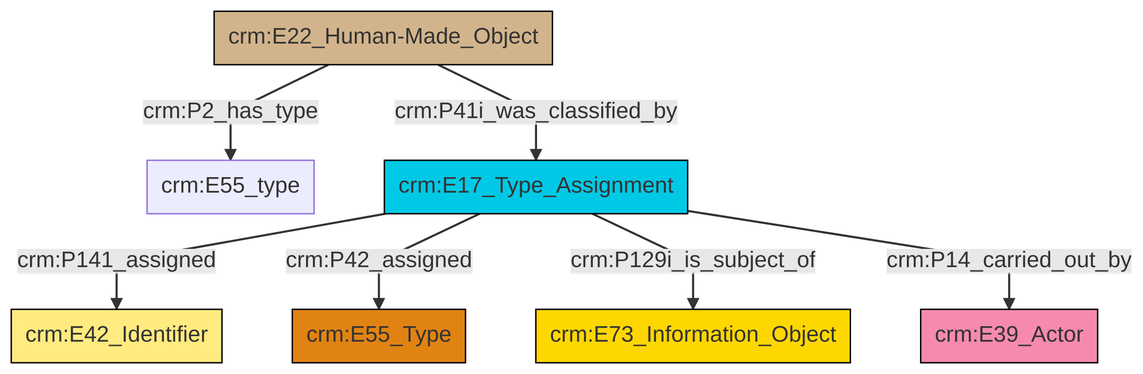
Before: et/builtWorkCSV/ttl/mmd/png/Built_Work_designation_status.png, a diagram exported from Mermaid (swiss-art-research-net/reference-data-models). Its source is kept beside it as et/builtWorkCSV/ttl/mmd/Built_Work_designation_status.ttl.mmd.
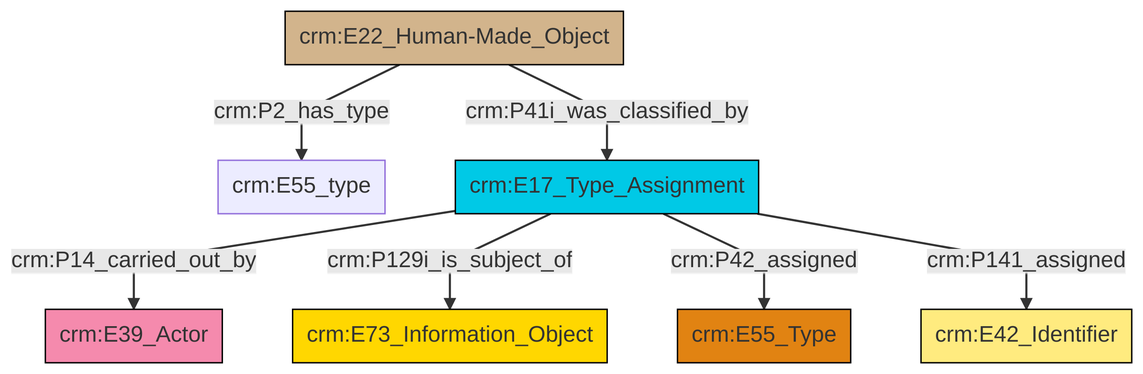
The same file after the commit.

Diff of the diagram source:
```diff
@@ -13,9 +13,9 @@
 classDef PC_Classes fill:#4ce600, stroke:#000000;
 classDef Multi fill:#cccccc,stroke:#000000;
 
-2["crm:E22_Human-Made_Object"]:::Physical_Thing -->|crm:P2_has_type| 3["crm:E55_type"]:::Default
-4["crm:E17_Type_Assignment"]:::Temporal_Entity -->|crm:P141_assigned| 0["crm:E42_Identifier"]:::Appellation
-2["crm:E22_Human-Made_Object"]:::Physical_Thing -->|crm:P41i_was_classified_by| 4["crm:E17_Type_Assignment"]:::Temporal_Entity
-4["crm:E17_Type_Assignment"]:::Temporal_Entity -->|crm:P42_assigned| 5["crm:E55_Type"]:::Type
-4["crm:E17_Type_Assignment"]:::Temporal_Entity -->|crm:P129i_is_subject_of| 6["crm:E73_Information_Object"]:::Conceptual_Object
-4["crm:E17_Type_Assignment"]:::Temporal_Entity -->|crm:P14_carried_out_by| 10["crm:E39_Actor"]:::Actor
+8["crm:E22_Human-Made_Object"]:::Physical_Thing -->|crm:P2_has_type| 9["crm:E55_type"]:::Default
+11["crm:E17_Type_Assignment"]:::Temporal_Entity -->|crm:P14_carried_out_by| 2["crm:E39_Actor"]:::Actor
+11["crm:E17_Type_Assignment"]:::Temporal_Entity -->|crm:P129i_is_subject_of| 4["crm:E73_Information_Object"]:::Conceptual_Object
+11["crm:E17_Type_Assignment"]:::Temporal_Entity -->|crm:P42_assigned| 6["crm:E55_Type"]:::Type
+8["crm:E22_Human-Made_Object"]:::Physical_Thing -->|crm:P41i_was_classified_by| 11["crm:E17_Type_Assignment"]:::Temporal_Entity
+11["crm:E17_Type_Assignment"]:::Temporal_Entity -->|crm:P141_assigned| 0["crm:E42_Identifier"]:::Appellation
```
